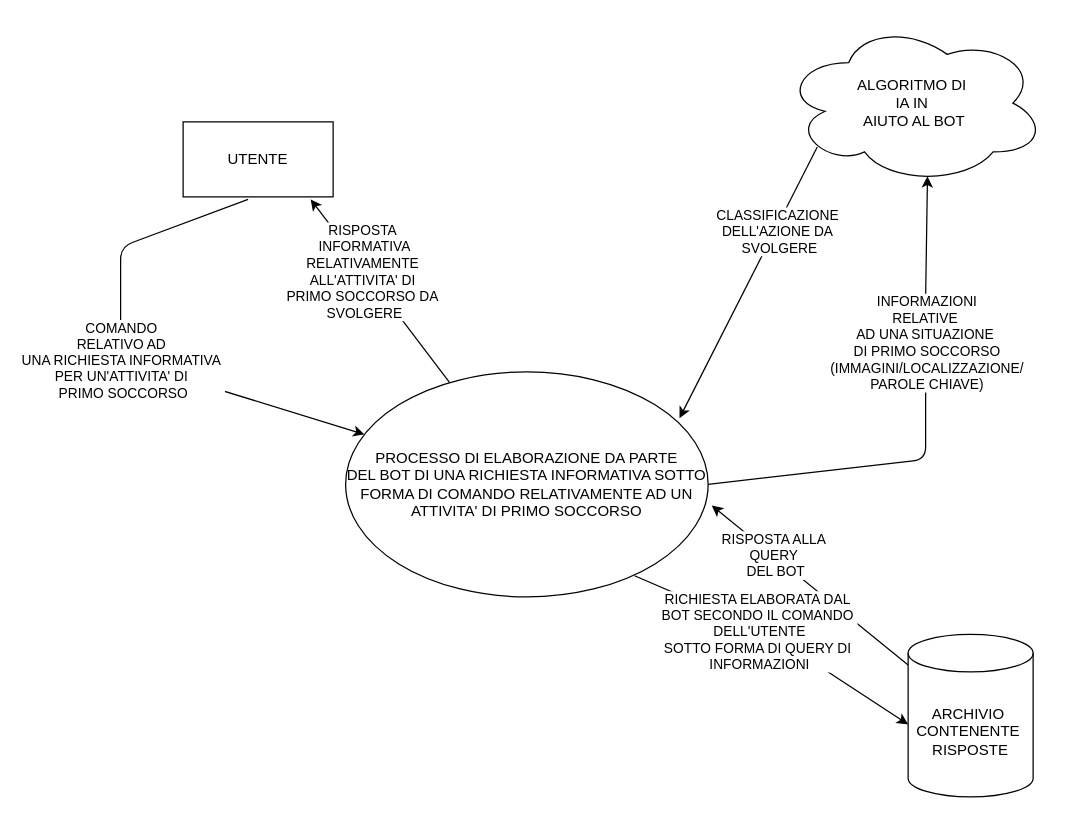
Before: UML_SCHEMA/DFD_una_sola_bolla.drawio in llgzr/UML_TEST, a draw.io diagram. Source tidied: cells renumbered, new cells numbered last; positions are measured from the earlier drawing's top-left corner, leaving out a move shared by most shapes. Both pictures are drawn from the tidied source at 125%, with x=0, y=0 at pixel (120, 21).
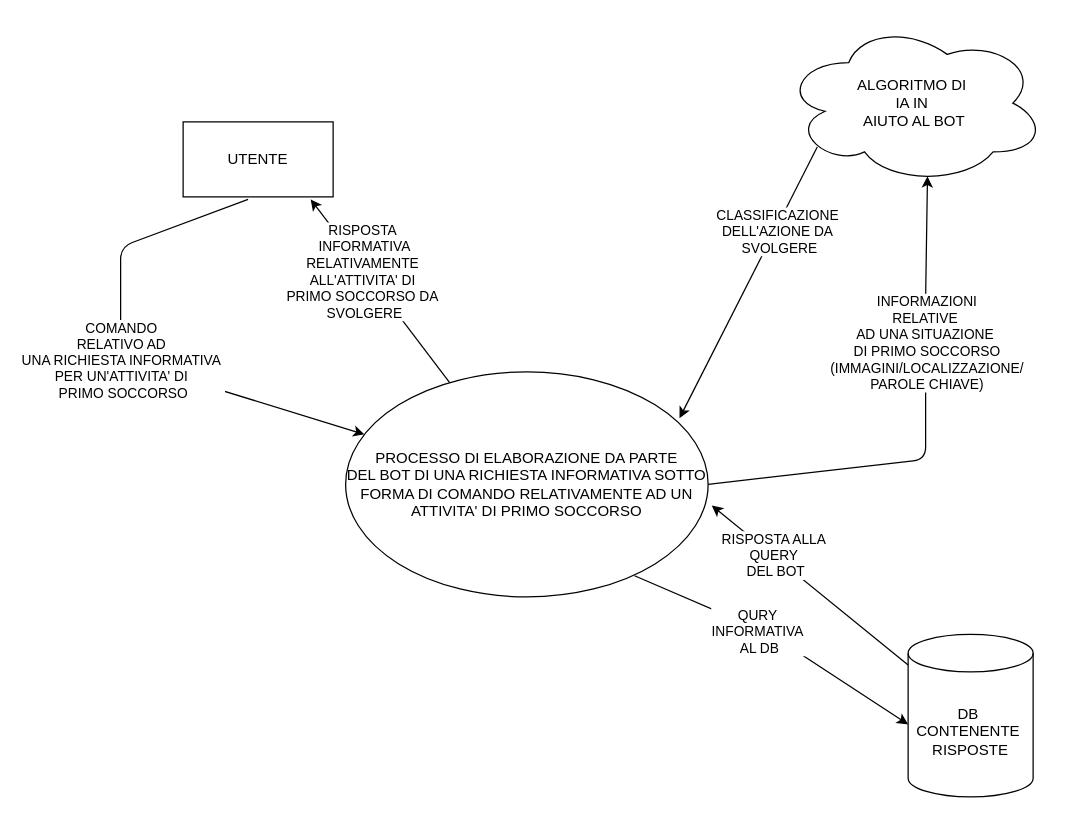
After the change.

Unchanged cells that the change refers to:
```xml
<mxCell id="10" style="endArrow=classic;html=1;entryX=0;entryY=0.554;entryDx=0;entryDy=0;entryPerimeter=0;exitX=0.797;exitY=0.906;exitDx=0;exitDy=0;exitPerimeter=0;" parent="1" edge="1" source="2" target="7">
  <mxGeometry relative="1" as="geometry">
    <Array as="points">
      <mxPoint x="520" y="490" />
    </Array>
  </mxGeometry>
</mxCell>
```

The edit, as a diff of the source:
```diff
@@
-    <mxCell id="7" value="ARCHIVIO&amp;nbsp;&lt;br&gt;CONTENENTE&amp;nbsp;&lt;br&gt;RISPOSTE" style="shape=cylinder3;whiteSpace=wrap;html=1;boundedLbl=1;backgroundOutline=1;size=15;" parent="1" vertex="1">
+    <mxCell id="7" value="DB&amp;nbsp;&lt;br&gt;CONTENENTE&amp;nbsp;&lt;br&gt;RISPOSTE" style="shape=cylinder3;whiteSpace=wrap;html=1;boundedLbl=1;backgroundOutline=1;size=15;" parent="1" vertex="1">
       <mxGeometry x="630" y="490" width="100" height="130" as="geometry" />
     </mxCell>
@@
-    <mxCell id="11" value="RICHIESTA ELABORATA DAL&amp;nbsp;&lt;br&gt;BOT SECONDO IL COMANDO&amp;nbsp;&lt;br&gt;DELL'UTENTE&lt;br&gt;SOTTO FORMA DI QUERY DI&amp;nbsp;&lt;br&gt;INFORMAZIONI" style="edgeLabel;html=1;align=center;verticalAlign=middle;" parent="10" vertex="1">
+    <mxCell id="11" value="QURY&amp;nbsp;&lt;br&gt;INFORMATIVA&amp;nbsp;&lt;br&gt;AL DB" style="edgeLabel;html=1;align=center;verticalAlign=middle;" parent="10" vertex="1">
       <mxGeometry x="-0.13" y="-1" relative="1" as="geometry" />
     </mxCell>
```
